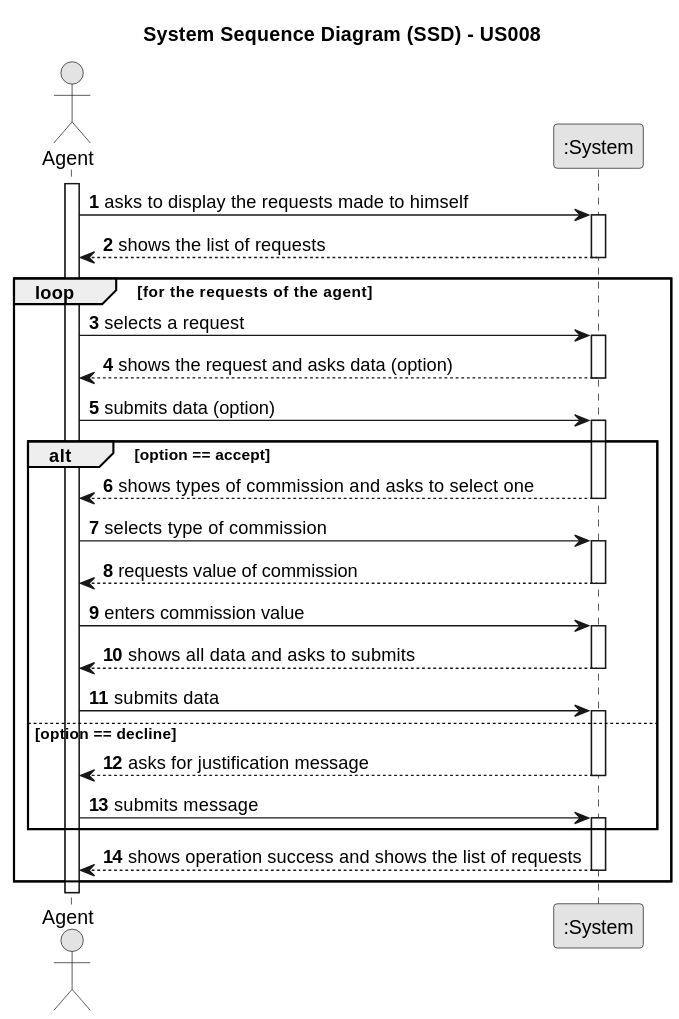
Before: docs/sprintC/us008/01.requirements-engineering/svg/us008-system-sequence-diagram.svg, a diagram exported from PlantUML (rita-barbosa/LAPR2-2223).
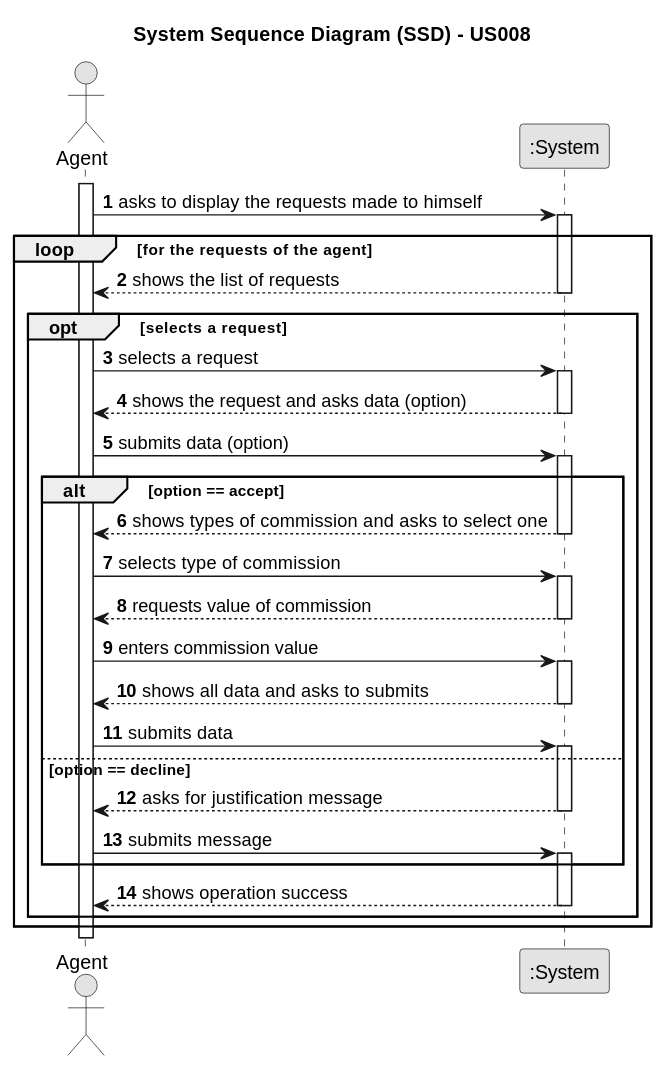
Above is the later version.

Commit message:
Update SSD + SVG [US008][Requirements Engineering]

Diff of the diagram source:
```diff
@@ -15,10 +15,13 @@
     Employee -> System : asks to display the requests made to himself
     activate System
 
-    System --> Employee : shows the list of requests
-    deactivate System
 
     loop for the requests of the agent
+
+        System --> Employee : shows the list of requests
+        deactivate System
+
+        opt selects a request
 
         Employee -> System : selects a request
         activate System
@@ -59,8 +62,10 @@
 
         end
 
-        System --> Employee : shows operation success and shows the list of requests
+        System --> Employee : shows operation success
         deactivate System
+
+        end
 
 
 
```
